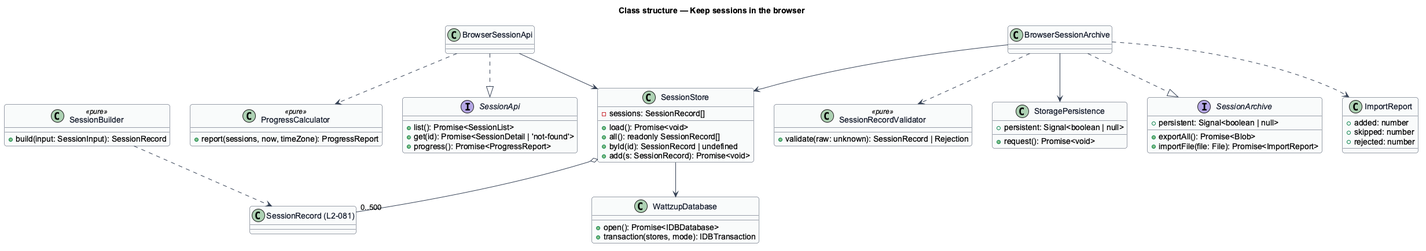
Before: docs/detailed-designs/browser-edition/keep-sessions-in-browser/diagrams/class-structure.png, a diagram exported from PlantUML (QuinntyneBrown/ride-one). Its diagram source:
```plantuml
@startuml
skinparam backgroundColor #FFFFFF
skinparam shadowing false
skinparam roundcorner 8
skinparam defaultFontName Arial
skinparam ArrowColor #344054
skinparam class {
  BorderColor #344054
  FontColor #101828
  BackgroundColor #F9FAFB
}
title Class structure — Keep sessions in the browser

class WattzupDatabase {
  +open(): Promise<IDBDatabase>
  +transaction(stores, mode): IDBTransaction
}
class SessionStore {
  -sessions: SessionRecord[]
  +load(): Promise<void>
  +all(): readonly SessionRecord[]
  +byId(id): SessionRecord | undefined
  +add(s: SessionRecord): Promise<void>
}
class SessionBuilder <<pure>> {
  +build(input: SessionInput): SessionRecord
}
class ProgressCalculator <<pure>> {
  +report(sessions, now, timeZone): ProgressReport
}
class SessionRecordValidator <<pure>> {
  +validate(raw: unknown): SessionRecord | Rejection
}
class StoragePersistence {
  +persistent: Signal<boolean | null>
  +request(): Promise<void>
}
interface SessionApi {
  +list(): Promise<SessionList>
  +get(id): Promise<SessionDetail | 'not-found'>
  +progress(): Promise<ProgressReport>
}
interface SessionArchive {
  +persistent: Signal<boolean | null>
  +exportAll(): Promise<Blob>
  +importFile(file: File): Promise<ImportReport>
}
class ImportReport {
  +added: number
  +skipped: number
  +rejected: number
}
class BrowserSessionApi
class BrowserSessionArchive
class "SessionRecord (L2-081)" as SessionRecord

BrowserSessionApi ..|> SessionApi
BrowserSessionArchive ..|> SessionArchive
BrowserSessionApi --> SessionStore
BrowserSessionApi ..> ProgressCalculator
BrowserSessionArchive --> SessionStore
BrowserSessionArchive ..> SessionRecordValidator
BrowserSessionArchive --> StoragePersistence
BrowserSessionArchive ..> ImportReport
SessionStore --> WattzupDatabase
SessionStore o-- "0..500" SessionRecord
SessionBuilder ..> SessionRecord
@enduml
```
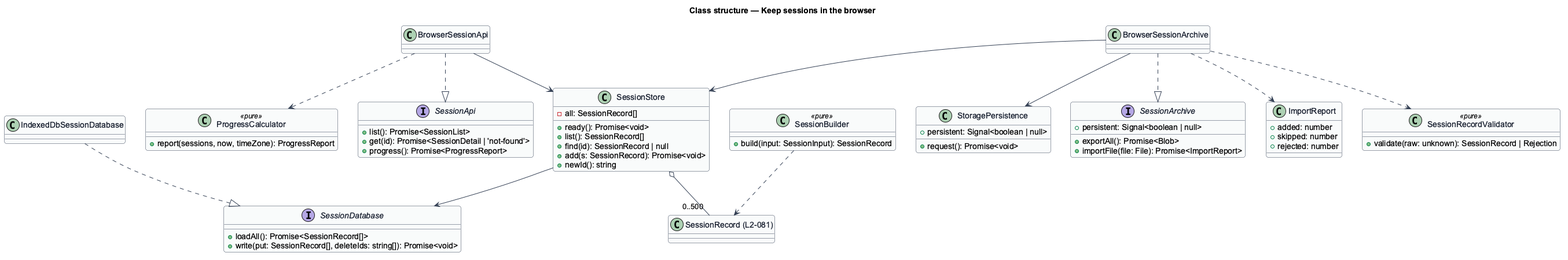
Above is the later version.

Change to the diagram source:
```diff
@@ -11,16 +11,18 @@
 }
 title Class structure — Keep sessions in the browser
 
-class WattzupDatabase {
-  +open(): Promise<IDBDatabase>
-  +transaction(stores, mode): IDBTransaction
+interface SessionDatabase {
+  +loadAll(): Promise<SessionRecord[]>
+  +write(put: SessionRecord[], deleteIds: string[]): Promise<void>
 }
+class IndexedDbSessionDatabase
 class SessionStore {
-  -sessions: SessionRecord[]
-  +load(): Promise<void>
-  +all(): readonly SessionRecord[]
-  +byId(id): SessionRecord | undefined
+  -all: SessionRecord[]
+  +ready(): Promise<void>
+  +list(): SessionRecord[]
+  +find(id): SessionRecord | null
   +add(s: SessionRecord): Promise<void>
+  +newId(): string
 }
 class SessionBuilder <<pure>> {
   +build(input: SessionInput): SessionRecord
@@ -62,7 +64,8 @@
 BrowserSessionArchive ..> SessionRecordValidator
 BrowserSessionArchive --> StoragePersistence
 BrowserSessionArchive ..> ImportReport
-SessionStore --> WattzupDatabase
+SessionStore --> SessionDatabase
+IndexedDbSessionDatabase ..|> SessionDatabase
 SessionStore o-- "0..500" SessionRecord
 SessionBuilder ..> SessionRecord
 @enduml
```
